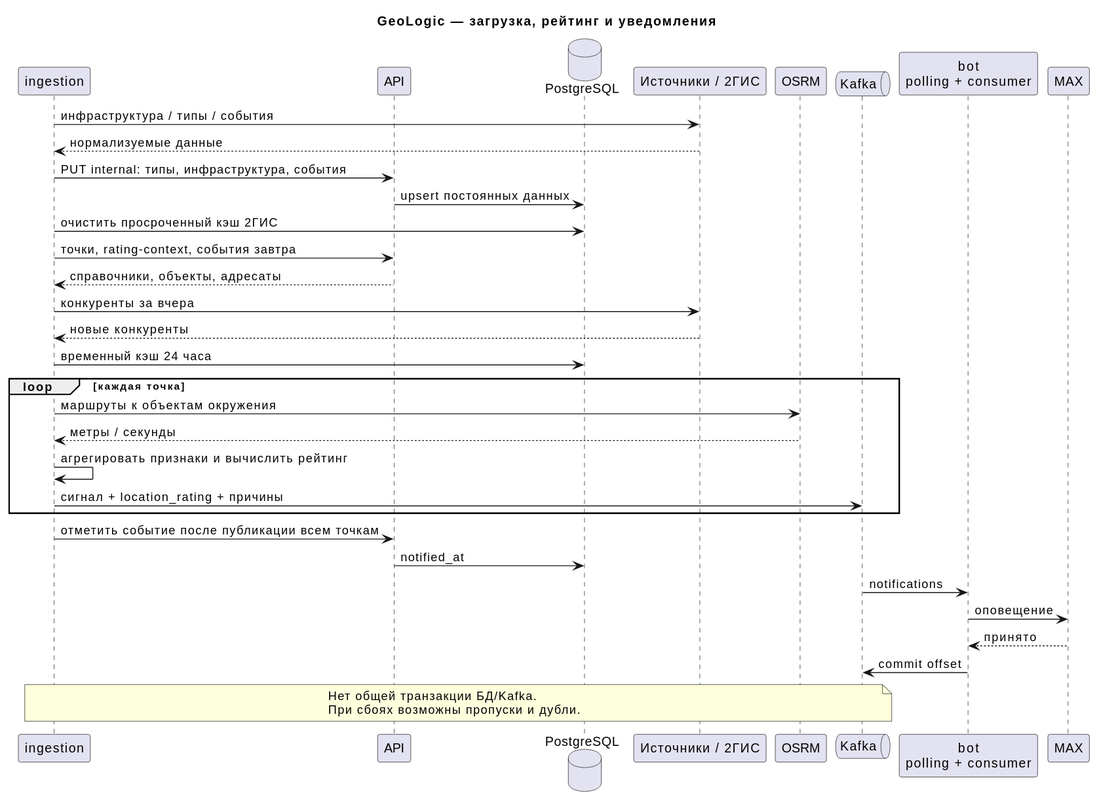
This is docs/diagrams/rendered/monitoring-sequence.svg from kotafan1rich/GeoLogic-Monitor, a PlantUML export, as it was before one commit.
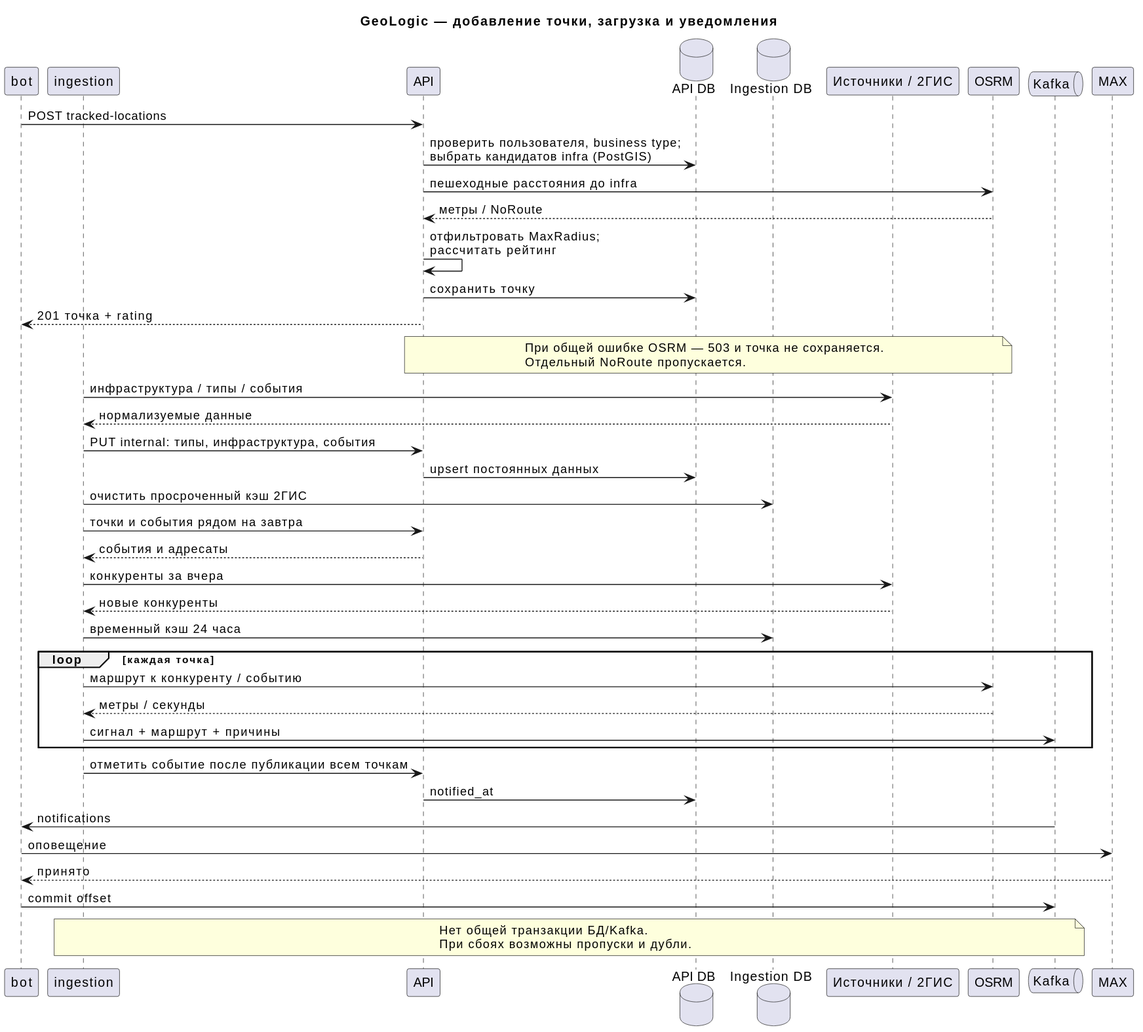
The same file after the commit.

What changed in the source:
```diff
@@ -1,31 +1,42 @@
 @startuml
-title GeoLogic — загрузка, рейтинг и уведомления
+title GeoLogic — добавление точки, загрузка и уведомления
+participant bot as B
 participant ingestion as W
 participant API as A
-database PostgreSQL as DB
+database "API DB" as ADB
+database "Ingestion DB" as IDB
 participant "Источники / 2ГИС" as P
 participant OSRM as R
 queue Kafka as K
-participant "bot\npolling + consumer" as B
 participant MAX as M
+B -> A : POST tracked-locations
+A -> ADB : проверить пользователя, business type;\nвыбрать кандидатов infra (PostGIS)
+A -> R : пешеходные расстояния до infra
+R --> A : метры / NoRoute
+A -> A : отфильтровать MaxRadius;\nрассчитать рейтинг
+A -> ADB : сохранить точку
+A --> B : 201 точка + rating
+note over A,R
+ При общей ошибке OSRM — 503 и точка не сохраняется.
+ Отдельный NoRoute пропускается.
+end note
 W -> P : инфраструктура / типы / события
 P --> W : нормализуемые данные
 W -> A : PUT internal: типы, инфраструктура, события
-A -> DB : upsert постоянных данных
-W -> DB : очистить просроченный кэш 2ГИС
-W -> A : точки, rating-context, события завтра
-A --> W : справочники, объекты, адресаты
+A -> ADB : upsert постоянных данных
+W -> IDB : очистить просроченный кэш 2ГИС
+W -> A : точки и события рядом на завтра
+A --> W : события и адресаты
 W -> P : конкуренты за вчера
 P --> W : новые конкуренты
-W -> DB : временный кэш 24 часа
+W -> IDB : временный кэш 24 часа
 loop каждая точка
- W -> R : маршруты к объектам окружения
+ W -> R : маршрут к конкуренту / событию
  R --> W : метры / секунды
- W -> W : агрегировать признаки и вычислить рейтинг
- W -> K : сигнал + location_rating + причины
+ W -> K : сигнал + маршрут + причины
 end
 W -> A : отметить событие после публикации всем точкам
-A -> DB : notified_at
+A -> ADB : notified_at
 K -> B : notifications
 B -> M : оповещение
 M --> B : принято
```
